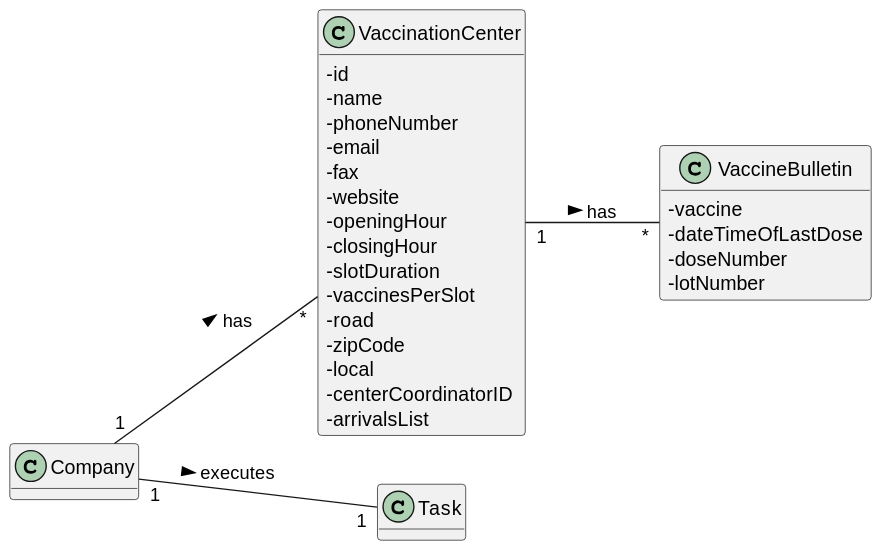
The PlantUML diagram docs/SprintD/US006/US006_MD.svg in Pirussa/lei-22-s2-1da-g02, before a commit.
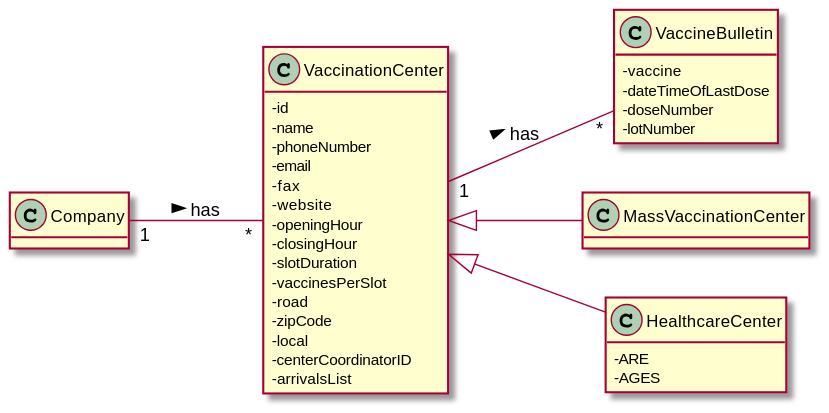
Later version of the same file.

What changed in the source:
```diff
@@ -32,9 +32,15 @@
 -lotNumber
 }
 
-Class Task
+class MassVaccinationCenter extends VaccinationCenter {
+
+}
+
+class HealthcareCenter extends VaccinationCenter {
+-ARE
+-AGES
+}
 
 Company "1" -- "*" VaccinationCenter: has >
 VaccinationCenter"1" -- "*"VaccineBulletin: has >
-Company"1" -- "1"Task: executes >
 @enduml
```
